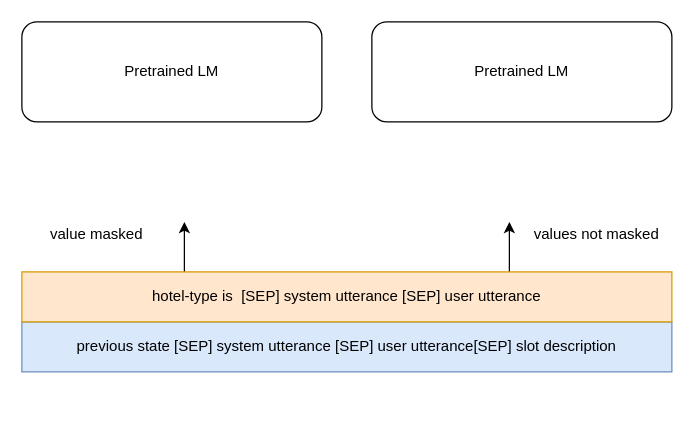
This is dual-dst.drawio from fpcsong/diagram, a draw.io file, before an edit. Source tidied: cells renumbered, new cells numbered last; positions are measured from the earlier drawing's top-left corner, leaving out a move shared by most shapes. Both pictures are drawn from the tidied source at 125%, with x=0, y=0 at pixel (21, 21).
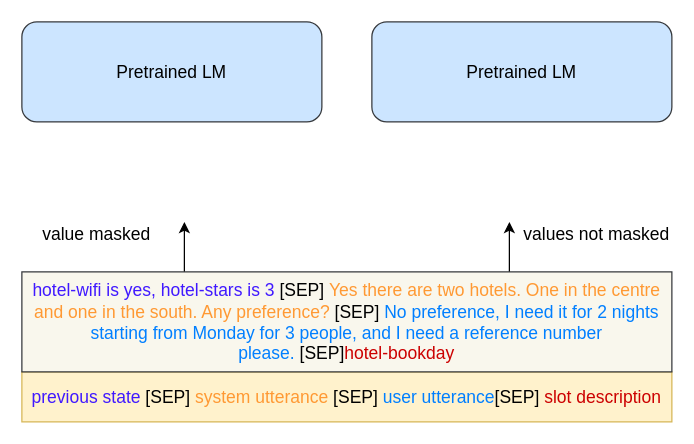
Above is the later version.

The edit, as a diff of the source:
```diff
@@
 <mxGraphModel>
   <root>
     <mxCell id="0" />
     <mxCell id="1" parent="0" />
-    <mxCell id="2" value="Pretrained LM" style="rounded=1;whiteSpace=wrap;html=1;" parent="1" vertex="1">
+    <mxCell id="2" value="Pretrained LM" style="rounded=1;whiteSpace=wrap;html=1;fontSize=14;fillColor=#cce5ff;strokeColor=#36393d;" parent="1" vertex="1">
       <mxGeometry width="240" height="80" as="geometry" />
     </mxCell>
-    <mxCell id="3" value="&lt;span&gt;Pretrained LM&lt;/span&gt;" style="rounded=1;whiteSpace=wrap;html=1;" parent="1" vertex="1">
+    <mxCell id="3" value="&lt;span style=&quot;font-size: 14px;&quot;&gt;Pretrained LM&lt;/span&gt;" style="rounded=1;whiteSpace=wrap;html=1;fontSize=14;fillColor=#cce5ff;strokeColor=#36393d;" parent="1" vertex="1">
       <mxGeometry x="280" width="240" height="80" as="geometry" />
     </mxCell>
-    <mxCell id="4" value="previous state [SEP] system utterance [SEP] user utterance[SEP] slot description" style="text;html=1;strokeColor=#6c8ebf;fillColor=#dae8fc;align=center;verticalAlign=middle;whiteSpace=wrap;rounded=0;" parent="1" vertex="1">
-      <mxGeometry y="240" width="520" height="40" as="geometry" />
+    <mxCell id="4" value="&lt;font color=&quot;#4019ff&quot; style=&quot;font-size: 14px;&quot;&gt;previous state&lt;/font&gt;&lt;font color=&quot;#67ab9f&quot; style=&quot;font-size: 14px;&quot;&gt; &lt;/font&gt;[SEP] &lt;font color=&quot;#ff9933&quot; style=&quot;font-size: 14px;&quot;&gt;system utterance&lt;/font&gt; [SEP] &lt;font color=&quot;#007fff&quot; style=&quot;font-size: 14px;&quot;&gt;user utterance&lt;/font&gt;[SEP] &lt;font color=&quot;#cc0000&quot; style=&quot;font-size: 14px;&quot;&gt;slot description&lt;/font&gt;" style="text;html=1;strokeColor=#d6b656;fillColor=#fff2cc;align=center;verticalAlign=middle;whiteSpace=wrap;rounded=0;fontSize=14;" parent="1" vertex="1">
+      <mxGeometry y="280" width="520" height="40" as="geometry" />
     </mxCell>
     <mxCell id="5" style="edgeStyle=orthogonalEdgeStyle;rounded=0;jettySize=auto;html=1;exitX=0.25;exitY=0;exitDx=0;exitDy=0;" parent="1" edge="1" source="7">
       <mxGeometry relative="1" as="geometry">
         <mxPoint x="130" y="160" as="targetPoint" />
       </mxGeometry>
     </mxCell>
     <mxCell id="6" style="edgeStyle=orthogonalEdgeStyle;rounded=0;jettySize=auto;html=1;exitX=0.75;exitY=0;exitDx=0;exitDy=0;" parent="1" edge="1" source="7">
       <mxGeometry relative="1" as="geometry">
         <mxPoint x="390" y="160" as="targetPoint" />
       </mxGeometry>
     </mxCell>
-    <mxCell id="7" value="hotel-type is&amp;nbsp; [SEP] system utterance [SEP] user utterance" style="text;html=1;strokeColor=#d79b00;fillColor=#ffe6cc;align=center;verticalAlign=middle;whiteSpace=wrap;rounded=0;" parent="1" vertex="1">
-      <mxGeometry y="200" width="520" height="40" as="geometry" />
+    <mxCell id="7" value="&lt;font color=&quot;#4019ff&quot; style=&quot;font-size: 14px;&quot;&gt;hotel-wifi is yes, hotel-stars is 3&lt;/font&gt; [SEP]&amp;nbsp;&lt;font color=&quot;#ff9933&quot; style=&quot;font-size: 14px;&quot;&gt;Yes there are two hotels. One in the centre and one in the south. Any preference?&lt;/font&gt;&amp;nbsp;[SEP]&amp;nbsp;&lt;font color=&quot;#007fff&quot; style=&quot;font-size: 14px;&quot;&gt;No preference, I need it for&amp;nbsp;2&amp;nbsp;nights starting from&amp;nbsp;Monday&amp;nbsp;for&amp;nbsp;3&amp;nbsp;people, and I need a reference number please.&amp;nbsp;&lt;/font&gt;[SEP]&lt;font color=&quot;#cc0000&quot; style=&quot;font-size: 14px;&quot;&gt;hotel-bookday&lt;/font&gt;" style="text;align=center;verticalAlign=middle;whiteSpace=wrap;rounded=0;html=1;fontSize=14;fillColor=#f9f7ed;strokeColor=#36393d;" parent="1" vertex="1">
+      <mxGeometry y="200" width="520" height="80" as="geometry" />
     </mxCell>
-    <mxCell id="8" value="value masked" style="text;html=1;strokeColor=none;fillColor=none;align=center;verticalAlign=middle;whiteSpace=wrap;rounded=0;" parent="1" vertex="1">
+    <mxCell id="8" value="value masked" style="text;html=1;strokeColor=none;fillColor=none;align=center;verticalAlign=middle;whiteSpace=wrap;rounded=0;fontSize=14;" parent="1" vertex="1">
       <mxGeometry y="160" width="120" height="20" as="geometry" />
     </mxCell>
-    <mxCell id="9" value="values not masked" style="text;html=1;strokeColor=none;fillColor=none;align=center;verticalAlign=middle;whiteSpace=wrap;rounded=0;" parent="1" vertex="1">
+    <mxCell id="9" value="values not masked" style="text;html=1;strokeColor=none;fillColor=none;align=center;verticalAlign=middle;whiteSpace=wrap;rounded=0;fontSize=14;" parent="1" vertex="1">
       <mxGeometry x="400" y="160" width="120" height="20" as="geometry" />
     </mxCell>
   </root>
 </mxGraphModel>
```
